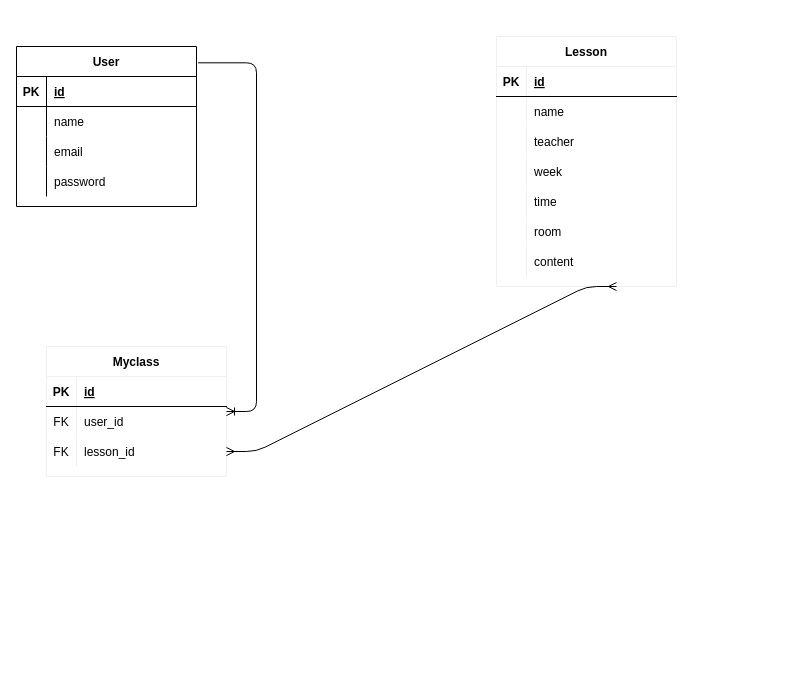
This is er.dio from ka-zu-ki/univ-app, a draw.io file, before an edit. Source tidied: cells renumbered, new cells numbered last; positions are measured from the earlier drawing's top-left corner, leaving out a move shared by most shapes. Both pictures are drawn from the tidied source at 100%, with x=0, y=0 at pixel (16, 36).
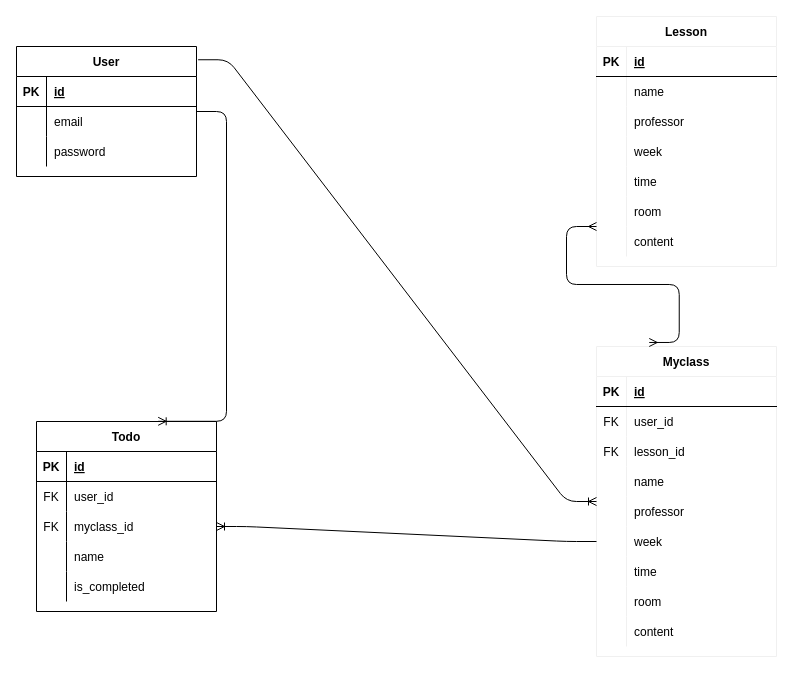
After the change.

Unchanged cells that the change refers to:
```xml
<mxCell id="22" style="shape=partialRectangle;fillColor=none;top=0;left=0;bottom=0;right=0;" parent="15" vertex="1">
  <mxGeometry y="90" width="180" height="30" as="geometry" />
</mxCell>
```

The edit, as a diff of the source:
```diff
@@
     <mxCell id="2" value="User" style="shape=table;startSize=30;childLayout=tableLayout;rowLines=0;fontStyle=1;align=center;" parent="1" vertex="1">
-      <mxGeometry y="10" width="180" height="160" as="geometry" />
+      <mxGeometry y="10" width="180" height="130" as="geometry" />
     </mxCell>
@@
-    <mxCell id="6" style="shape=partialRectangle;fillColor=none;top=0;left=0;bottom=0;right=0;" parent="2" vertex="1">
-      <mxGeometry y="60" width="180" height="30" as="geometry" />
-    </mxCell>
-    <mxCell id="7" style="shape=partialRectangle;fillColor=none;top=0;left=0;bottom=0;right=0;overflow=hidden;" parent="6" vertex="1">
-      <mxGeometry width="30" height="30" as="geometry" />
-    </mxCell>
-    <mxCell id="8" value="name" style="shape=partialRectangle;fillColor=none;top=0;left=0;bottom=0;right=0;align=left;spacingLeft=6;overflow=hidden;perimeterSpacing=0;strokeWidth=1;" parent="6" vertex="1">
-      <mxGeometry x="30" width="150" height="30" as="geometry" />
-    </mxCell>
     <mxCell id="9" style="shape=partialRectangle;fillColor=none;top=0;left=0;bottom=0;right=0;" parent="2" vertex="1">
-      <mxGeometry y="90" width="180" height="30" as="geometry" />
+      <mxGeometry y="60" width="180" height="30" as="geometry" />
     </mxCell>
@@
     <mxCell id="12" style="shape=partialRectangle;fillColor=none;top=0;left=0;bottom=0;right=0;" parent="2" vertex="1">
-      <mxGeometry y="120" width="180" height="30" as="geometry" />
+      <mxGeometry y="90" width="180" height="30" as="geometry" />
     </mxCell>
@@
     <mxCell id="15" value="Lesson" style="shape=table;startSize=30;childLayout=tableLayout;rowLines=0;fontStyle=1;align=center;strokeColor=#f0f0f0;strokeWidth=1;" parent="1" vertex="1">
-      <mxGeometry x="480" width="180" height="250" as="geometry" />
+      <mxGeometry x="580" y="-20" width="180" height="250" as="geometry" />
     </mxCell>
@@
-    <mxCell id="24" value="teacher" style="shape=partialRectangle;fillColor=none;top=0;left=0;bottom=0;right=0;align=left;spacingLeft=6;overflow=hidden;" parent="22" vertex="1">
+    <mxCell id="24" value="professor" style="shape=partialRectangle;fillColor=none;top=0;left=0;bottom=0;right=0;align=left;spacingLeft=6;overflow=hidden;" parent="22" vertex="1">
       <mxGeometry x="30" width="150" height="30" as="geometry" />
     </mxCell>
@@
     <mxCell id="37" value="Myclass" style="shape=table;startSize=30;childLayout=tableLayout;rowLines=0;fontStyle=1;align=center;strokeColor=#f0f0f0;strokeWidth=1;" parent="1" vertex="1">
-      <mxGeometry x="30" y="310" width="180" height="130" as="geometry" />
+      <mxGeometry x="580" y="310" width="180" height="310" as="geometry" />
     </mxCell>
@@
+    <mxCell id="49" style="shape=partialRectangle;fillColor=none;top=0;left=0;bottom=0;right=0;" parent="37" vertex="1">
+      <mxGeometry y="120" width="180" height="30" as="geometry" />
+    </mxCell>
+    <mxCell id="50" style="shape=partialRectangle;fillColor=none;top=0;left=0;bottom=0;right=0;overflow=hidden;" parent="49" vertex="1">
+      <mxGeometry width="30" height="30" as="geometry" />
+    </mxCell>
+    <mxCell id="51" value="name" style="shape=partialRectangle;fillColor=none;top=0;left=0;bottom=0;right=0;align=left;spacingLeft=6;overflow=hidden;" parent="49" vertex="1">
+      <mxGeometry x="30" width="150" height="30" as="geometry" />
+    </mxCell>
+    <mxCell id="52" style="shape=partialRectangle;fillColor=none;top=0;left=0;bottom=0;right=0;" parent="37" vertex="1">
+      <mxGeometry y="150" width="180" height="30" as="geometry" />
+    </mxCell>
+    <mxCell id="53" style="shape=partialRectangle;fillColor=none;top=0;left=0;bottom=0;right=0;overflow=hidden;" parent="52" vertex="1">
+      <mxGeometry width="30" height="30" as="geometry" />
+    </mxCell>
+    <mxCell id="54" value="professor" style="shape=partialRectangle;fillColor=none;top=0;left=0;bottom=0;right=0;align=left;spacingLeft=6;overflow=hidden;" parent="52" vertex="1">
+      <mxGeometry x="30" width="150" height="30" as="geometry" />
+    </mxCell>
+    <mxCell id="55" style="shape=partialRectangle;fillColor=none;top=0;left=0;bottom=0;right=0;points=[[0,0.5],[1,0.5]];portConstraint=eastwest;" parent="37" vertex="1">
+      <mxGeometry y="180" width="180" height="30" as="geometry" />
+    </mxCell>
+    <mxCell id="56" style="shape=partialRectangle;fillColor=none;top=0;left=0;bottom=0;right=0;overflow=hidden;" parent="55" vertex="1">
+      <mxGeometry width="30" height="30" as="geometry" />
+    </mxCell>
+    <mxCell id="57" value="week" style="shape=partialRectangle;fillColor=none;top=0;left=0;bottom=0;right=0;align=left;spacingLeft=6;overflow=hidden;" parent="55" vertex="1">
+      <mxGeometry x="30" width="150" height="30" as="geometry" />
+    </mxCell>
+    <mxCell id="58" style="shape=partialRectangle;fillColor=none;top=0;left=0;bottom=0;right=0;" parent="37" vertex="1">
+      <mxGeometry y="210" width="180" height="30" as="geometry" />
+    </mxCell>
+    <mxCell id="59" style="shape=partialRectangle;fillColor=none;top=0;left=0;bottom=0;right=0;overflow=hidden;" parent="58" vertex="1">
+      <mxGeometry width="30" height="30" as="geometry" />
+    </mxCell>
+    <mxCell id="60" value="time" style="shape=partialRectangle;fillColor=none;top=0;left=0;bottom=0;right=0;align=left;spacingLeft=6;overflow=hidden;" parent="58" vertex="1">
+      <mxGeometry x="30" width="150" height="30" as="geometry" />
+    </mxCell>
+    <mxCell id="61" style="shape=partialRectangle;fillColor=none;top=0;left=0;bottom=0;right=0;" parent="37" vertex="1">
+      <mxGeometry y="240" width="180" height="30" as="geometry" />
+    </mxCell>
+    <mxCell id="62" style="shape=partialRectangle;fillColor=none;top=0;left=0;bottom=0;right=0;overflow=hidden;" parent="61" vertex="1">
+      <mxGeometry width="30" height="30" as="geometry" />
+    </mxCell>
+    <mxCell id="63" value="room" style="shape=partialRectangle;fillColor=none;top=0;left=0;bottom=0;right=0;align=left;spacingLeft=6;overflow=hidden;" parent="61" vertex="1">
+      <mxGeometry x="30" width="150" height="30" as="geometry" />
+    </mxCell>
+    <mxCell id="64" style="shape=partialRectangle;fillColor=none;top=0;left=0;bottom=0;right=0;" parent="37" vertex="1">
+      <mxGeometry y="270" width="180" height="30" as="geometry" />
+    </mxCell>
+    <mxCell id="65" style="shape=partialRectangle;fillColor=none;top=0;left=0;bottom=0;right=0;overflow=hidden;" parent="64" vertex="1">
+      <mxGeometry width="30" height="30" as="geometry" />
+    </mxCell>
+    <mxCell id="66" value="content" style="shape=partialRectangle;fillColor=none;top=0;left=0;bottom=0;right=0;align=left;spacingLeft=6;overflow=hidden;" parent="64" vertex="1">
+      <mxGeometry x="30" width="150" height="30" as="geometry" />
+    </mxCell>
-    <mxCell id="47" style="edgeStyle=entityRelationEdgeStyle;fontSize=12;html=1;endArrow=ERmany;startArrow=ERmany;" parent="1" edge="1">
+    <mxCell id="47" style="edgeStyle=entityRelationEdgeStyle;fontSize=12;html=1;endArrow=ERmany;startArrow=ERmany;exitX=0.293;exitY=-0.013;exitDx=0;exitDy=0;exitPerimeter=0;" parent="1" edge="1" source="37">
       <mxGeometry relative="1" as="geometry">
-        <mxPoint x="210" y="415" as="sourcePoint" />
-        <mxPoint x="600" y="250" as="targetPoint" />
+        <mxPoint x="580" y="190" as="targetPoint" />
       </mxGeometry>
     </mxCell>
@@
+    <mxCell id="67" value="Todo" style="shape=table;startSize=30;childLayout=tableLayout;rowLines=0;fontStyle=1;align=center;" parent="1" vertex="1">
+      <mxGeometry x="20" y="385" width="180" height="190" as="geometry" />
+    </mxCell>
+    <mxCell id="68" style="shape=partialRectangle;fillColor=none;top=0;left=0;bottom=1;right=0;" parent="67" vertex="1">
+      <mxGeometry y="30" width="180" height="30" as="geometry" />
+    </mxCell>
+    <mxCell id="69" value="PK" style="shape=partialRectangle;fillColor=none;top=0;left=0;bottom=0;right=0;fontStyle=1;overflow=hidden;" parent="68" vertex="1">
+      <mxGeometry width="30" height="30" as="geometry" />
+    </mxCell>
+    <mxCell id="70" value="id" style="shape=partialRectangle;fillColor=none;top=0;left=0;bottom=0;right=0;align=left;spacingLeft=6;fontStyle=5;overflow=hidden;" parent="68" vertex="1">
+      <mxGeometry x="30" width="150" height="30" as="geometry" />
+    </mxCell>
+    <mxCell id="6" style="shape=partialRectangle;fillColor=none;top=0;left=0;bottom=0;right=0;" parent="67" vertex="1">
+      <mxGeometry y="60" width="180" height="30" as="geometry" />
+    </mxCell>
+    <mxCell id="71" value="FK" style="shape=partialRectangle;fillColor=none;top=0;left=0;bottom=0;right=0;overflow=hidden;" parent="6" vertex="1">
+      <mxGeometry width="30" height="30" as="geometry" />
+    </mxCell>
+    <mxCell id="72" value="user_id" style="shape=partialRectangle;fillColor=none;top=0;left=0;bottom=0;right=0;align=left;spacingLeft=6;overflow=hidden;" parent="6" vertex="1">
+      <mxGeometry x="30" width="150" height="30" as="geometry" />
+    </mxCell>
+    <mxCell id="73" style="shape=partialRectangle;fillColor=none;top=0;left=0;bottom=0;right=0;points=[[0,0.5],[1,0.5]];portConstraint=eastwest;" parent="67" vertex="1">
+      <mxGeometry y="90" width="180" height="30" as="geometry" />
+    </mxCell>
+    <mxCell id="74" value="FK" style="shape=partialRectangle;fillColor=none;top=0;left=0;bottom=0;right=0;overflow=hidden;" parent="73" vertex="1">
+      <mxGeometry width="30" height="30" as="geometry" />
+    </mxCell>
+    <mxCell id="75" value="myclass_id" style="shape=partialRectangle;fillColor=none;top=0;left=0;bottom=0;right=0;align=left;spacingLeft=6;overflow=hidden;" parent="73" vertex="1">
+      <mxGeometry x="30" width="150" height="30" as="geometry" />
+    </mxCell>
+    <mxCell id="76" style="shape=partialRectangle;fillColor=none;top=0;left=0;bottom=0;right=0;" parent="67" vertex="1">
+      <mxGeometry y="120" width="180" height="30" as="geometry" />
+    </mxCell>
+    <mxCell id="77" style="shape=partialRectangle;fillColor=none;top=0;left=0;bottom=0;right=0;overflow=hidden;" parent="76" vertex="1">
+      <mxGeometry width="30" height="30" as="geometry" />
+    </mxCell>
+    <mxCell id="78" value="name" style="shape=partialRectangle;fillColor=none;top=0;left=0;bottom=0;right=0;align=left;spacingLeft=6;overflow=hidden;" parent="76" vertex="1">
+      <mxGeometry x="30" width="150" height="30" as="geometry" />
+    </mxCell>
+    <mxCell id="79" style="shape=partialRectangle;fillColor=none;top=0;left=0;bottom=0;right=0;" parent="67" vertex="1">
+      <mxGeometry y="150" width="180" height="30" as="geometry" />
+    </mxCell>
+    <mxCell id="80" style="shape=partialRectangle;fillColor=none;top=0;left=0;bottom=0;right=0;overflow=hidden;" parent="79" vertex="1">
+      <mxGeometry width="30" height="30" as="geometry" />
+    </mxCell>
+    <mxCell id="81" value="is_completed" style="shape=partialRectangle;fillColor=none;top=0;left=0;bottom=0;right=0;align=left;spacingLeft=6;overflow=hidden;" parent="79" vertex="1">
+      <mxGeometry x="30" width="150" height="30" as="geometry" />
+    </mxCell>
+    <mxCell id="82" style="edgeStyle=entityRelationEdgeStyle;fontSize=12;html=1;endArrow=ERoneToMany;entryX=0.676;entryY=-0.001;entryDx=0;entryDy=0;entryPerimeter=0;" parent="1" edge="1" source="2" target="67">
+      <mxGeometry relative="1" as="geometry" />
+    </mxCell>
+    <mxCell id="83" style="edgeStyle=entityRelationEdgeStyle;fontSize=12;html=1;endArrow=ERoneToMany;entryX=1;entryY=0.5;entryDx=0;entryDy=0;exitX=0;exitY=0.5;exitDx=0;exitDy=0;" parent="1" edge="1" source="55" target="73">
+      <mxGeometry relative="1" as="geometry" />
+    </mxCell>
```
